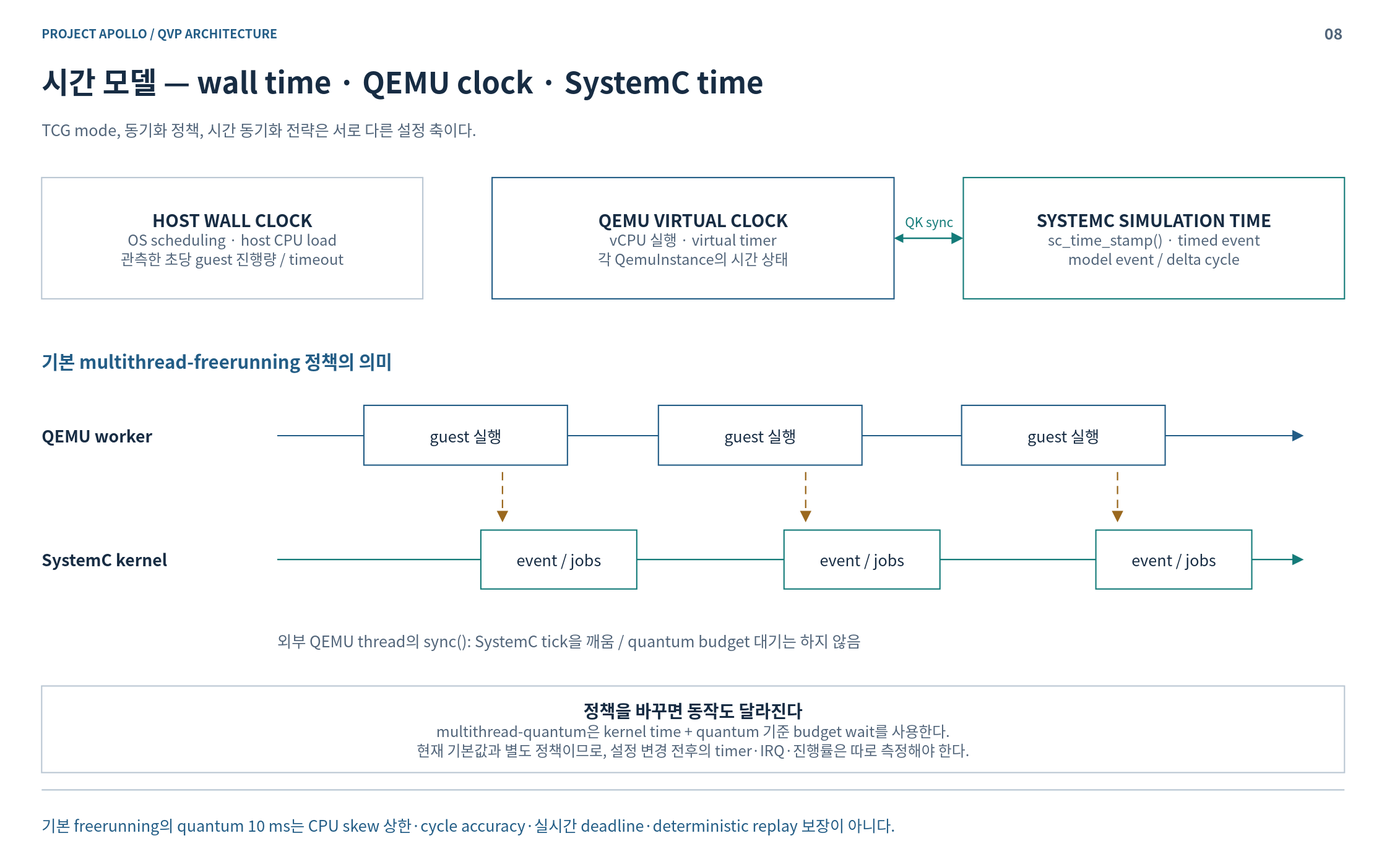
Earlier version of the draw.io export doc/phase1/qbox/diagrams/08-time-model.drawio.svg (cometzero/project-apollo). Source tidied: cells renumbered, new cells last; positions are measured from the earlier drawing's top-left corner, leaving out a move shared by most shapes. Source of this version:
```xml
<mxGraphModel background="#FFFFFF">
  <root>
    <mxCell id="0" />
    <mxCell id="1" parent="0" />
    <mxCell id="2" style="rounded=0;whiteSpace=wrap;html=1;fillColor=#FFFFFF;strokeColor=none;strokeWidth=1.5;fontColor=#172C43;fontFamily=Noto Sans CJK KR;fontSize=18;spacing=14;" parent="1" vertex="1">
      <mxGeometry width="1600" height="1000" as="geometry" />
    </mxCell>
    <mxCell id="3" value="PROJECT APOLLO  /  QVP ARCHITECTURE" style="rounded=0;whiteSpace=wrap;html=1;fillColor=#FFFFFF;strokeColor=none;strokeWidth=1.5;fontColor=#172C43;fontFamily=Noto Sans CJK KR;fontSize=18;spacing=14;fillColor=none;align=left;verticalAlign=middle;spacing=0;fontSize=14;fontColor=#235D86;fontStyle=1;" parent="1" vertex="1">
      <mxGeometry x="48" y="26" width="1400" height="24" as="geometry" />
    </mxCell>
    <mxCell id="4" value="08" style="rounded=0;whiteSpace=wrap;html=1;fillColor=#FFFFFF;strokeColor=none;strokeWidth=1.5;fontColor=#172C43;fontFamily=Noto Sans CJK KR;fontSize=18;spacing=14;fillColor=none;align=right;verticalAlign=middle;spacing=0;fontSize=18;fontColor=#52657A;fontStyle=1;" parent="1" vertex="1">
      <mxGeometry x="1485" y="23" width="65" height="30" as="geometry" />
    </mxCell>
    <mxCell id="5" value="시간 모델 — wall time · QEMU clock · SystemC time" style="rounded=0;whiteSpace=wrap;html=1;fillColor=#FFFFFF;strokeColor=none;strokeWidth=1.5;fontColor=#172C43;fontFamily=Noto Sans CJK KR;fontSize=18;spacing=14;fillColor=none;align=left;verticalAlign=middle;spacing=0;fontSize=34;fontColor=#172C43;fontStyle=1;" parent="1" vertex="1">
      <mxGeometry x="48" y="67" width="1504" height="54" as="geometry" />
    </mxCell>
    <mxCell id="6" value="TCG mode, 동기화 정책, 시간 동기화 전략은 서로 다른 설정 축이다." style="rounded=0;whiteSpace=wrap;html=1;fillColor=#FFFFFF;strokeColor=none;strokeWidth=1.5;fontColor=#172C43;fontFamily=Noto Sans CJK KR;fontSize=18;spacing=14;fillColor=none;align=left;verticalAlign=middle;spacing=0;fontSize=18;fontColor=#52657A;" parent="1" vertex="1">
      <mxGeometry x="48" y="127" width="1504" height="44" as="geometry" />
    </mxCell>
    <mxCell id="7" style="html=1;rounded=0;edgeStyle=none;endArrow=none;endSize=9;strokeColor=#BAC7D3;strokeWidth=1.6;fontColor=#BAC7D3;fontFamily=Noto Sans CJK KR;fontSize=15;labelBackgroundColor=#FFFFFF;" parent="1" edge="1">
      <mxGeometry relative="1" as="geometry">
        <mxPoint x="48" y="912" as="sourcePoint" />
        <mxPoint x="1552" y="912" as="targetPoint" />
      </mxGeometry>
    </mxCell>
    <mxCell id="8" value="기본 freerunning의 quantum 10 ms는 CPU skew 상한·cycle accuracy·실시간 deadline·deterministic replay 보장이 아니다." style="rounded=0;whiteSpace=wrap;html=1;fillColor=#FFFFFF;strokeColor=none;strokeWidth=1.5;fontColor=#172C43;fontFamily=Noto Sans CJK KR;fontSize=18;spacing=14;fillColor=none;align=left;verticalAlign=middle;spacing=0;fontSize=18;fontColor=#235D86;" parent="1" vertex="1">
      <mxGeometry x="48" y="926" width="1504" height="52" as="geometry" />
    </mxCell>
    <mxCell id="9" value="&lt;b style=&quot;font-size:20px&quot;&gt;HOST WALL CLOCK&lt;/b&gt;&lt;br&gt;&lt;font color=&quot;#52657A&quot; style=&quot;font-size:17px&quot;&gt;OS scheduling · host CPU load&lt;br&gt;관측한 초당 guest 진행량 / timeout&lt;/font&gt;" style="rounded=0;whiteSpace=wrap;html=1;fillColor=#FFFFFF;strokeColor=#BAC7D3;strokeWidth=1.5;fontColor=#172C43;fontFamily=Noto Sans CJK KR;fontSize=18;spacing=14;" parent="1" vertex="1">
      <mxGeometry x="48" y="205" width="440" height="140" as="geometry" />
    </mxCell>
    <mxCell id="10" value="&lt;b style=&quot;font-size:20px&quot;&gt;QEMU VIRTUAL CLOCK&lt;/b&gt;&lt;br&gt;&lt;font color=&quot;#52657A&quot; style=&quot;font-size:17px&quot;&gt;vCPU 실행 · virtual timer&lt;br&gt;각 QemuInstance의 시간 상태&lt;/font&gt;" style="rounded=0;whiteSpace=wrap;html=1;fillColor=#FFFFFF;strokeColor=#235D86;strokeWidth=1.5;fontColor=#172C43;fontFamily=Noto Sans CJK KR;fontSize=18;spacing=14;" parent="1" vertex="1">
      <mxGeometry x="568" y="205" width="464" height="140" as="geometry" />
    </mxCell>
    <mxCell id="11" value="&lt;b style=&quot;font-size:20px&quot;&gt;SYSTEMC SIMULATION TIME&lt;/b&gt;&lt;br&gt;&lt;font color=&quot;#52657A&quot; style=&quot;font-size:17px&quot;&gt;sc_time_stamp() · timed event&lt;br&gt;model event / delta cycle&lt;/font&gt;" style="rounded=0;whiteSpace=wrap;html=1;fillColor=#FFFFFF;strokeColor=#147B79;strokeWidth=1.5;fontColor=#172C43;fontFamily=Noto Sans CJK KR;fontSize=18;spacing=14;" parent="1" vertex="1">
      <mxGeometry x="1112" y="205" width="440" height="140" as="geometry" />
    </mxCell>
    <mxCell id="12" value="QK sync" style="html=1;whiteSpace=nowrap;rounded=0;edgeStyle=none;endArrow=block;endFill=1;endSize=9;strokeColor=#147B79;strokeWidth=1.8;fontColor=#147B79;fontFamily=Noto Sans CJK KR;fontSize=15;labelBackgroundColor=#FFFFFF;exitX=1;exitY=0.5;exitDx=0;exitDy=0;entryX=0;entryY=0.5;entryDx=0;entryDy=0;startArrow=block;startFill=1;" parent="1" edge="1" source="10" target="11">
      <mxGeometry relative="1" as="geometry">
        <mxPoint y="-20" as="offset" />
      </mxGeometry>
    </mxCell>
    <mxCell id="13" value="기본 multithread-freerunning 정책의 의미" style="rounded=0;whiteSpace=wrap;html=1;fillColor=#FFFFFF;strokeColor=none;strokeWidth=1.5;fontColor=#172C43;fontFamily=Noto Sans CJK KR;fontSize=18;spacing=14;fillColor=none;align=left;verticalAlign=middle;spacing=0;fontSize=21;fontColor=#235D86;fontStyle=1;" parent="1" vertex="1">
      <mxGeometry x="48" y="400" width="1504" height="34" as="geometry" />
    </mxCell>
    <mxCell id="14" value="QEMU worker" style="rounded=0;whiteSpace=wrap;html=1;fillColor=#FFFFFF;strokeColor=none;strokeWidth=1.5;fontColor=#172C43;fontFamily=Noto Sans CJK KR;fontSize=18;spacing=14;fillColor=none;align=left;verticalAlign=middle;spacing=0;fontSize=19;fontColor=#172C43;fontStyle=1;" parent="1" vertex="1">
      <mxGeometry x="48" y="482" width="245" height="42" as="geometry" />
    </mxCell>
    <mxCell id="15" value="SystemC kernel" style="rounded=0;whiteSpace=wrap;html=1;fillColor=#FFFFFF;strokeColor=none;strokeWidth=1.5;fontColor=#172C43;fontFamily=Noto Sans CJK KR;fontSize=18;spacing=14;fillColor=none;align=left;verticalAlign=middle;spacing=0;fontSize=19;fontColor=#172C43;fontStyle=1;" parent="1" vertex="1">
      <mxGeometry x="48" y="625" width="245" height="42" as="geometry" />
    </mxCell>
    <mxCell id="16" style="html=1;rounded=0;edgeStyle=none;endArrow=block;endSize=9;strokeColor=#235D86;strokeWidth=1.6;fontColor=#235D86;fontFamily=Noto Sans CJK KR;fontSize=15;labelBackgroundColor=#FFFFFF;" parent="1" edge="1">
      <mxGeometry relative="1" as="geometry">
        <mxPoint x="320" y="503" as="sourcePoint" />
        <mxPoint x="1505" y="503" as="targetPoint" />
      </mxGeometry>
    </mxCell>
    <mxCell id="17" style="html=1;rounded=0;edgeStyle=none;endArrow=block;endSize=9;strokeColor=#147B79;strokeWidth=1.6;fontColor=#147B79;fontFamily=Noto Sans CJK KR;fontSize=15;labelBackgroundColor=#FFFFFF;" parent="1" edge="1">
      <mxGeometry relative="1" as="geometry">
        <mxPoint x="320" y="646" as="sourcePoint" />
        <mxPoint x="1505" y="646" as="targetPoint" />
      </mxGeometry>
    </mxCell>
    <mxCell id="18" value="guest 실행" style="rounded=0;whiteSpace=wrap;html=1;fillColor=#FFFFFF;strokeColor=#235D86;strokeWidth=1.5;fontColor=#172C43;fontFamily=Noto Sans CJK KR;fontSize=18;spacing=14;" parent="1" vertex="1">
      <mxGeometry x="420" y="468" width="235" height="69" as="geometry" />
    </mxCell>
    <mxCell id="19" value="guest 실행" style="rounded=0;whiteSpace=wrap;html=1;fillColor=#FFFFFF;strokeColor=#235D86;strokeWidth=1.5;fontColor=#172C43;fontFamily=Noto Sans CJK KR;fontSize=18;spacing=14;" parent="1" vertex="1">
      <mxGeometry x="760" y="468" width="235" height="69" as="geometry" />
    </mxCell>
    <mxCell id="20" value="guest 실행" style="rounded=0;whiteSpace=wrap;html=1;fillColor=#FFFFFF;strokeColor=#235D86;strokeWidth=1.5;fontColor=#172C43;fontFamily=Noto Sans CJK KR;fontSize=18;spacing=14;" parent="1" vertex="1">
      <mxGeometry x="1110" y="468" width="235" height="69" as="geometry" />
    </mxCell>
    <mxCell id="21" value="event / jobs" style="rounded=0;whiteSpace=wrap;html=1;fillColor=#FFFFFF;strokeColor=#147B79;strokeWidth=1.5;fontColor=#172C43;fontFamily=Noto Sans CJK KR;fontSize=18;spacing=14;" parent="1" vertex="1">
      <mxGeometry x="555" y="612" width="180" height="68" as="geometry" />
    </mxCell>
    <mxCell id="22" style="html=1;rounded=0;edgeStyle=none;endArrow=block;endSize=9;strokeColor=#9A681E;strokeWidth=1.6;fontColor=#9A681E;fontFamily=Noto Sans CJK KR;fontSize=15;labelBackgroundColor=#FFFFFF;dashed=1;dashPattern=6 4;" parent="1" edge="1">
      <mxGeometry relative="1" as="geometry">
        <mxPoint x="580" y="545" as="sourcePoint" />
        <mxPoint x="580" y="603" as="targetPoint" />
      </mxGeometry>
    </mxCell>
    <mxCell id="23" value="event / jobs" style="rounded=0;whiteSpace=wrap;html=1;fillColor=#FFFFFF;strokeColor=#147B79;strokeWidth=1.5;fontColor=#172C43;fontFamily=Noto Sans CJK KR;fontSize=18;spacing=14;" parent="1" vertex="1">
      <mxGeometry x="905" y="612" width="180" height="68" as="geometry" />
    </mxCell>
    <mxCell id="24" style="html=1;rounded=0;edgeStyle=none;endArrow=block;endSize=9;strokeColor=#9A681E;strokeWidth=1.6;fontColor=#9A681E;fontFamily=Noto Sans CJK KR;fontSize=15;labelBackgroundColor=#FFFFFF;dashed=1;dashPattern=6 4;" parent="1" edge="1">
      <mxGeometry relative="1" as="geometry">
        <mxPoint x="930" y="545" as="sourcePoint" />
        <mxPoint x="930" y="603" as="targetPoint" />
      </mxGeometry>
    </mxCell>
    <mxCell id="25" value="event / jobs" style="rounded=0;whiteSpace=wrap;html=1;fillColor=#FFFFFF;strokeColor=#147B79;strokeWidth=1.5;fontColor=#172C43;fontFamily=Noto Sans CJK KR;fontSize=18;spacing=14;" parent="1" vertex="1">
      <mxGeometry x="1265" y="612" width="180" height="68" as="geometry" />
    </mxCell>
    <mxCell id="26" style="html=1;rounded=0;edgeStyle=none;endArrow=block;endSize=9;strokeColor=#9A681E;strokeWidth=1.6;fontColor=#9A681E;fontFamily=Noto Sans CJK KR;fontSize=15;labelBackgroundColor=#FFFFFF;dashed=1;dashPattern=6 4;" parent="1" edge="1">
      <mxGeometry relative="1" as="geometry">
        <mxPoint x="1290" y="545" as="sourcePoint" />
        <mxPoint x="1290" y="603" as="targetPoint" />
      </mxGeometry>
    </mxCell>
    <mxCell id="27" value="외부 QEMU thread의 sync(): SystemC tick을 깨움 / quantum budget 대기는 하지 않음" style="rounded=0;whiteSpace=wrap;html=1;fillColor=#FFFFFF;strokeColor=none;strokeWidth=1.5;fontColor=#172C43;fontFamily=Noto Sans CJK KR;fontSize=18;spacing=14;fillColor=none;align=left;verticalAlign=middle;spacing=0;fontSize=18;fontColor=#52657A;" parent="1" vertex="1">
      <mxGeometry x="320" y="716" width="1185" height="45" as="geometry" />
    </mxCell>
    <mxCell id="28" value="&lt;b style=&quot;font-size:20px&quot;&gt;정책을 바꾸면 동작도 달라진다&lt;/b&gt;&lt;br&gt;&lt;font color=&quot;#52657A&quot; style=&quot;font-size:17px&quot;&gt;multithread-quantum은 kernel time + quantum 기준 budget wait를 사용한다.&lt;br&gt;현재 기본값과 별도 정책이므로, 설정 변경 전후의 timer·IRQ·진행률은 따로 측정해야 한다.&lt;/font&gt;" style="rounded=0;whiteSpace=wrap;html=1;fillColor=#FFFFFF;strokeColor=#BAC7D3;strokeWidth=1.5;fontColor=#172C43;fontFamily=Noto Sans CJK KR;fontSize=18;spacing=14;" parent="1" vertex="1">
      <mxGeometry x="48" y="792" width="1504" height="100" as="geometry" />
    </mxCell>
  </root>
</mxGraphModel>
```
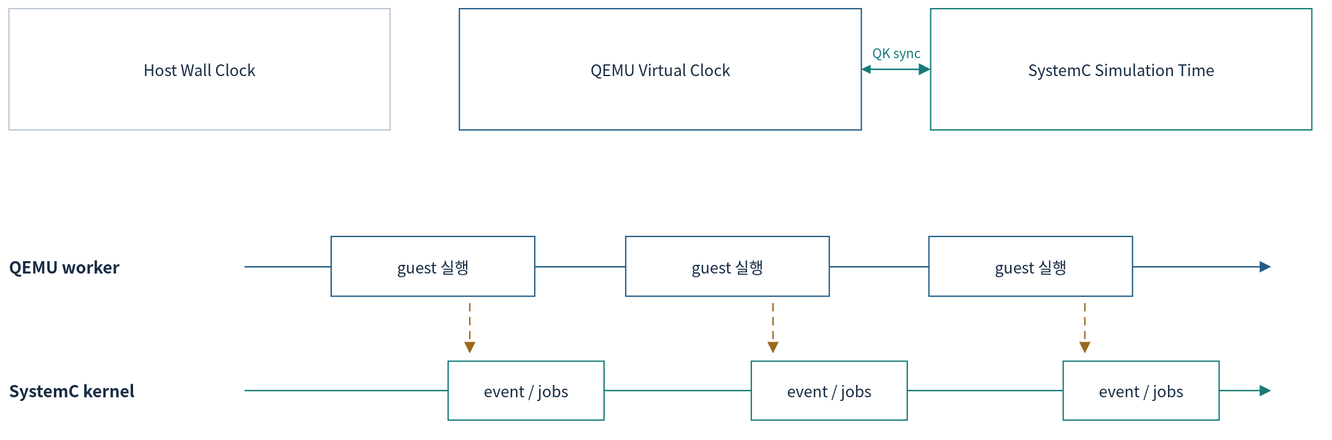
After the commit.

The edit, as a diff of the source:
```diff
@@ -2,37 +2,13 @@
   <root>
     <mxCell id="0" />
     <mxCell id="1" parent="0" />
-    <mxCell id="2" style="rounded=0;whiteSpace=wrap;html=1;fillColor=#FFFFFF;strokeColor=none;strokeWidth=1.5;fontColor=#172C43;fontFamily=Noto Sans CJK KR;fontSize=18;spacing=14;" parent="1" vertex="1">
-      <mxGeometry width="1600" height="1000" as="geometry" />
-    </mxCell>
-    <mxCell id="3" value="PROJECT APOLLO  /  QVP ARCHITECTURE" style="rounded=0;whiteSpace=wrap;html=1;fillColor=#FFFFFF;strokeColor=none;strokeWidth=1.5;fontColor=#172C43;fontFamily=Noto Sans CJK KR;fontSize=18;spacing=14;fillColor=none;align=left;verticalAlign=middle;spacing=0;fontSize=14;fontColor=#235D86;fontStyle=1;" parent="1" vertex="1">
-      <mxGeometry x="48" y="26" width="1400" height="24" as="geometry" />
-    </mxCell>
-    <mxCell id="4" value="08" style="rounded=0;whiteSpace=wrap;html=1;fillColor=#FFFFFF;strokeColor=none;strokeWidth=1.5;fontColor=#172C43;fontFamily=Noto Sans CJK KR;fontSize=18;spacing=14;fillColor=none;align=right;verticalAlign=middle;spacing=0;fontSize=18;fontColor=#52657A;fontStyle=1;" parent="1" vertex="1">
-      <mxGeometry x="1485" y="23" width="65" height="30" as="geometry" />
-    </mxCell>
-    <mxCell id="5" value="시간 모델 — wall time · QEMU clock · SystemC time" style="rounded=0;whiteSpace=wrap;html=1;fillColor=#FFFFFF;strokeColor=none;strokeWidth=1.5;fontColor=#172C43;fontFamily=Noto Sans CJK KR;fontSize=18;spacing=14;fillColor=none;align=left;verticalAlign=middle;spacing=0;fontSize=34;fontColor=#172C43;fontStyle=1;" parent="1" vertex="1">
-      <mxGeometry x="48" y="67" width="1504" height="54" as="geometry" />
-    </mxCell>
-    <mxCell id="6" value="TCG mode, 동기화 정책, 시간 동기화 전략은 서로 다른 설정 축이다." style="rounded=0;whiteSpace=wrap;html=1;fillColor=#FFFFFF;strokeColor=none;strokeWidth=1.5;fontColor=#172C43;fontFamily=Noto Sans CJK KR;fontSize=18;spacing=14;fillColor=none;align=left;verticalAlign=middle;spacing=0;fontSize=18;fontColor=#52657A;" parent="1" vertex="1">
-      <mxGeometry x="48" y="127" width="1504" height="44" as="geometry" />
-    </mxCell>
-    <mxCell id="7" style="html=1;rounded=0;edgeStyle=none;endArrow=none;endSize=9;strokeColor=#BAC7D3;strokeWidth=1.6;fontColor=#BAC7D3;fontFamily=Noto Sans CJK KR;fontSize=15;labelBackgroundColor=#FFFFFF;" parent="1" edge="1">
-      <mxGeometry relative="1" as="geometry">
-        <mxPoint x="48" y="912" as="sourcePoint" />
-        <mxPoint x="1552" y="912" as="targetPoint" />
-      </mxGeometry>
-    </mxCell>
-    <mxCell id="8" value="기본 freerunning의 quantum 10 ms는 CPU skew 상한·cycle accuracy·실시간 deadline·deterministic replay 보장이 아니다." style="rounded=0;whiteSpace=wrap;html=1;fillColor=#FFFFFF;strokeColor=none;strokeWidth=1.5;fontColor=#172C43;fontFamily=Noto Sans CJK KR;fontSize=18;spacing=14;fillColor=none;align=left;verticalAlign=middle;spacing=0;fontSize=18;fontColor=#235D86;" parent="1" vertex="1">
-      <mxGeometry x="48" y="926" width="1504" height="52" as="geometry" />
-    </mxCell>
-    <mxCell id="9" value="&lt;b style=&quot;font-size:20px&quot;&gt;HOST WALL CLOCK&lt;/b&gt;&lt;br&gt;&lt;font color=&quot;#52657A&quot; style=&quot;font-size:17px&quot;&gt;OS scheduling · host CPU load&lt;br&gt;관측한 초당 guest 진행량 / timeout&lt;/font&gt;" style="rounded=0;whiteSpace=wrap;html=1;fillColor=#FFFFFF;strokeColor=#BAC7D3;strokeWidth=1.5;fontColor=#172C43;fontFamily=Noto Sans CJK KR;fontSize=18;spacing=14;" parent="1" vertex="1">
+    <mxCell id="9" value="Host Wall Clock" style="rounded=0;whiteSpace=wrap;html=1;fillColor=#FFFFFF;strokeColor=#BAC7D3;strokeWidth=1.5;fontColor=#172C43;fontFamily=Noto Sans CJK KR;fontSize=18;spacing=14;" parent="1" vertex="1">
       <mxGeometry x="48" y="205" width="440" height="140" as="geometry" />
     </mxCell>
-    <mxCell id="10" value="&lt;b style=&quot;font-size:20px&quot;&gt;QEMU VIRTUAL CLOCK&lt;/b&gt;&lt;br&gt;&lt;font color=&quot;#52657A&quot; style=&quot;font-size:17px&quot;&gt;vCPU 실행 · virtual timer&lt;br&gt;각 QemuInstance의 시간 상태&lt;/font&gt;" style="rounded=0;whiteSpace=wrap;html=1;fillColor=#FFFFFF;strokeColor=#235D86;strokeWidth=1.5;fontColor=#172C43;fontFamily=Noto Sans CJK KR;fontSize=18;spacing=14;" parent="1" vertex="1">
+    <mxCell id="10" value="QEMU Virtual Clock" style="rounded=0;whiteSpace=wrap;html=1;fillColor=#FFFFFF;strokeColor=#235D86;strokeWidth=1.5;fontColor=#172C43;fontFamily=Noto Sans CJK KR;fontSize=18;spacing=14;" parent="1" vertex="1">
       <mxGeometry x="568" y="205" width="464" height="140" as="geometry" />
     </mxCell>
-    <mxCell id="11" value="&lt;b style=&quot;font-size:20px&quot;&gt;SYSTEMC SIMULATION TIME&lt;/b&gt;&lt;br&gt;&lt;font color=&quot;#52657A&quot; style=&quot;font-size:17px&quot;&gt;sc_time_stamp() · timed event&lt;br&gt;model event / delta cycle&lt;/font&gt;" style="rounded=0;whiteSpace=wrap;html=1;fillColor=#FFFFFF;strokeColor=#147B79;strokeWidth=1.5;fontColor=#172C43;fontFamily=Noto Sans CJK KR;fontSize=18;spacing=14;" parent="1" vertex="1">
+    <mxCell id="11" value="SystemC Simulation Time" style="rounded=0;whiteSpace=wrap;html=1;fillColor=#FFFFFF;strokeColor=#147B79;strokeWidth=1.5;fontColor=#172C43;fontFamily=Noto Sans CJK KR;fontSize=18;spacing=14;" parent="1" vertex="1">
       <mxGeometry x="1112" y="205" width="440" height="140" as="geometry" />
     </mxCell>
     <mxCell id="12" value="QK sync" style="html=1;whiteSpace=nowrap;rounded=0;edgeStyle=none;endArrow=block;endFill=1;endSize=9;strokeColor=#147B79;strokeWidth=1.8;fontColor=#147B79;fontFamily=Noto Sans CJK KR;fontSize=15;labelBackgroundColor=#FFFFFF;exitX=1;exitY=0.5;exitDx=0;exitDy=0;entryX=0;entryY=0.5;entryDx=0;entryDy=0;startArrow=block;startFill=1;" parent="1" edge="1" source="10" target="11">
@@ -40,9 +16,6 @@
         <mxPoint y="-20" as="offset" />
       </mxGeometry>
     </mxCell>
-    <mxCell id="13" value="기본 multithread-freerunning 정책의 의미" style="rounded=0;whiteSpace=wrap;html=1;fillColor=#FFFFFF;strokeColor=none;strokeWidth=1.5;fontColor=#172C43;fontFamily=Noto Sans CJK KR;fontSize=18;spacing=14;fillColor=none;align=left;verticalAlign=middle;spacing=0;fontSize=21;fontColor=#235D86;fontStyle=1;" parent="1" vertex="1">
-      <mxGeometry x="48" y="400" width="1504" height="34" as="geometry" />
-    </mxCell>
     <mxCell id="14" value="QEMU worker" style="rounded=0;whiteSpace=wrap;html=1;fillColor=#FFFFFF;strokeColor=none;strokeWidth=1.5;fontColor=#172C43;fontFamily=Noto Sans CJK KR;fontSize=18;spacing=14;fillColor=none;align=left;verticalAlign=middle;spacing=0;fontSize=19;fontColor=#172C43;fontStyle=1;" parent="1" vertex="1">
       <mxGeometry x="48" y="482" width="245" height="42" as="geometry" />
     </mxCell>
@@ -97,11 +70,5 @@
         <mxPoint x="1290" y="603" as="targetPoint" />
       </mxGeometry>
     </mxCell>
-    <mxCell id="27" value="외부 QEMU thread의 sync(): SystemC tick을 깨움 / quantum budget 대기는 하지 않음" style="rounded=0;whiteSpace=wrap;html=1;fillColor=#FFFFFF;strokeColor=none;strokeWidth=1.5;fontColor=#172C43;fontFamily=Noto Sans CJK KR;fontSize=18;spacing=14;fillColor=none;align=left;verticalAlign=middle;spacing=0;fontSize=18;fontColor=#52657A;" parent="1" vertex="1">
-      <mxGeometry x="320" y="716" width="1185" height="45" as="geometry" />
-    </mxCell>
-    <mxCell id="28" value="&lt;b style=&quot;font-size:20px&quot;&gt;정책을 바꾸면 동작도 달라진다&lt;/b&gt;&lt;br&gt;&lt;font color=&quot;#52657A&quot; style=&quot;font-size:17px&quot;&gt;multithread-quantum은 kernel time + quantum 기준 budget wait를 사용한다.&lt;br&gt;현재 기본값과 별도 정책이므로, 설정 변경 전후의 timer·IRQ·진행률은 따로 측정해야 한다.&lt;/font&gt;" style="rounded=0;whiteSpace=wrap;html=1;fillColor=#FFFFFF;strokeColor=#BAC7D3;strokeWidth=1.5;fontColor=#172C43;fontFamily=Noto Sans CJK KR;fontSize=18;spacing=14;" parent="1" vertex="1">
-      <mxGeometry x="48" y="792" width="1504" height="100" as="geometry" />
-    </mxCell>
   </root>
 </mxGraphModel>
```
